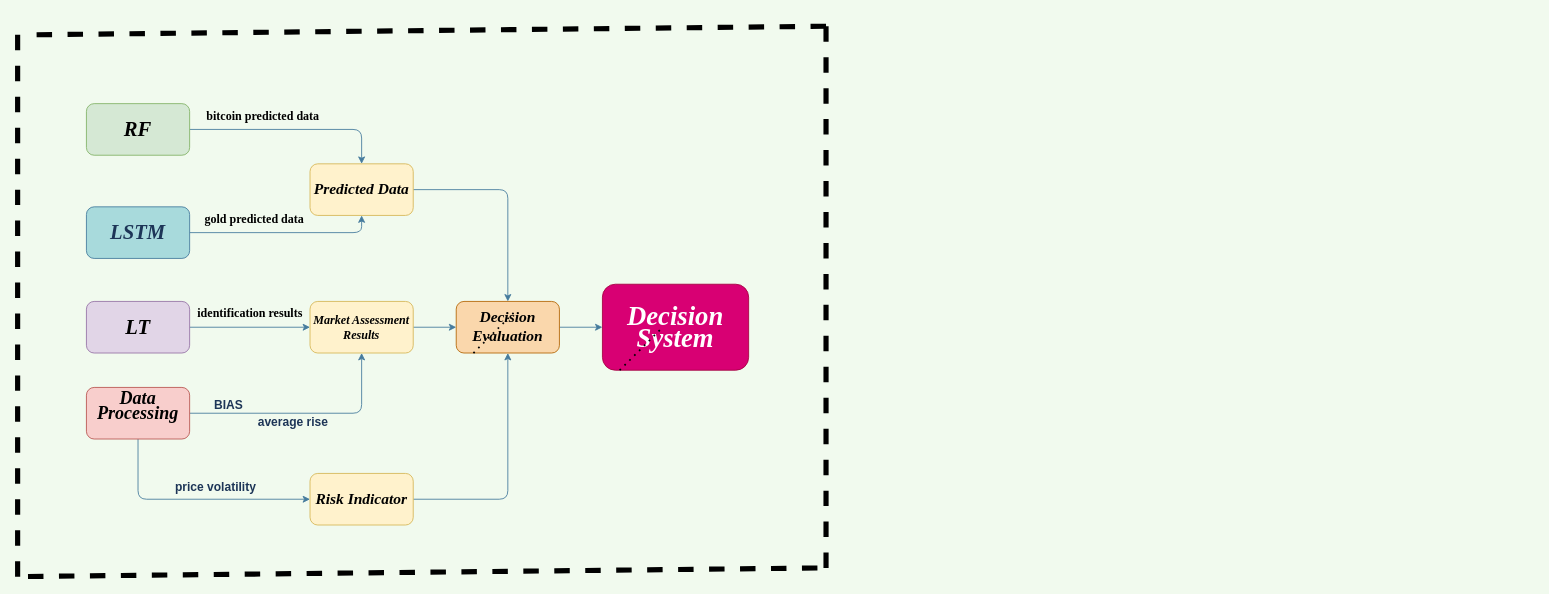
This is math.drawio from Silver-2333/myfile, a draw.io file, before an edit. Source tidied: cells renumbered, new cells numbered last; positions are measured from the earlier drawing's top-left corner, leaving out a move shared by most shapes. Both pictures are drawn from the tidied source at 86%, with x=0, y=0 at pixel (17, 17).
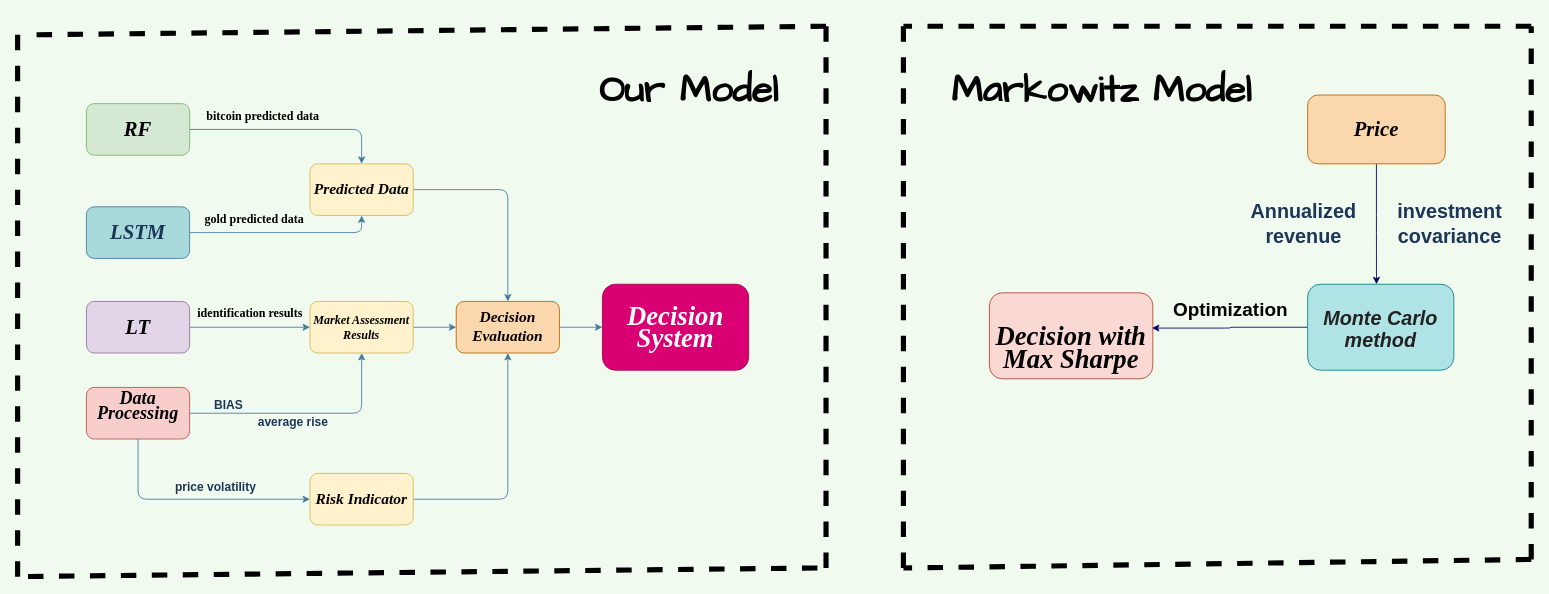
The same page after the edit.

Diff of the diagram source:
```diff
@@
-    <mxCell id="26" style="endArrow=none;dashed=1;html=1;dashPattern=1 3;strokeWidth=2;rounded=1;sketch=0;fontSize=14;fontColor=#1D3557;fillColor=#A8DADC;curved=0;" parent="1" edge="1">
-      <mxGeometry relative="1" as="geometry">
-        <mxPoint x="530" y="390" as="sourcePoint" />
-        <mxPoint x="580" y="340" as="targetPoint" />
-      </mxGeometry>
-    </mxCell>
-    <mxCell id="27" style="endArrow=none;dashed=1;html=1;dashPattern=1 3;strokeWidth=2;rounded=1;sketch=0;fontSize=14;fontColor=#1D3557;fillColor=#A8DADC;curved=0;" parent="1" edge="1">
-      <mxGeometry relative="1" as="geometry">
-        <mxPoint x="700" y="410" as="sourcePoint" />
-        <mxPoint x="750" y="360" as="targetPoint" />
-      </mxGeometry>
-    </mxCell>
@@
+    <mxCell id="32" style="edgeStyle=orthogonalEdgeStyle;curved=0;rounded=1;sketch=0;jettySize=auto;html=1;fontSize=23;fontColor=#1D3557;strokeColor=#000066;strokeWidth=1;fillColor=#A8DADC;entryX=0.471;entryY=0;entryDx=0;entryDy=0;entryPerimeter=0;" parent="1" edge="1" source="33" target="35">
+      <mxGeometry relative="1" as="geometry" />
+    </mxCell>
+    <mxCell id="33" value="&lt;h1&gt;&lt;font face=&quot;Times New Roman&quot;&gt;&lt;i&gt;Price&lt;/i&gt;&lt;/font&gt;&lt;/h1&gt;" style="rounded=1;whiteSpace=wrap;html=1;fillColor=#fad7ac;strokeColor=#b46504;" parent="1" vertex="1">
+      <mxGeometry x="1500" y="90" width="160" height="80" as="geometry" />
+    </mxCell>
+    <mxCell id="34" style="edgeStyle=orthogonalEdgeStyle;curved=0;rounded=1;sketch=0;jettySize=auto;html=1;fontSize=22;fontColor=none;strokeColor=#000066;strokeWidth=1;fillColor=#A8DADC;entryX=0.995;entryY=0.41;entryDx=0;entryDy=0;entryPerimeter=0;" parent="1" edge="1" source="35" target="43">
+      <mxGeometry relative="1" as="geometry" />
+    </mxCell>
+    <mxCell id="35" value="&lt;h2 style=&quot;line-height: 0.8&quot;&gt;&lt;span style=&quot;color: rgb(34 , 34 , 34)&quot;&gt;&lt;font style=&quot;font-size: 23px&quot;&gt;&lt;i&gt;Monte Carlo method&lt;/i&gt;&lt;/font&gt;&lt;/span&gt;&lt;br&gt;&lt;/h2&gt;" style="rounded=1;whiteSpace=wrap;html=1;fillColor=#b0e3e6;strokeColor=#0e8088;fontSize=21;" parent="1" vertex="1">
+      <mxGeometry x="1500" y="310" width="170" height="100" as="geometry" />
+    </mxCell>
+    <mxCell id="36" style="endArrow=none;dashed=1;html=1;rounded=1;sketch=0;fontSize=14;fontColor=#1D3557;strokeColor=#000000;fillColor=#A8DADC;curved=0;strokeWidth=6;" parent="1" edge="1">
+      <mxGeometry relative="1" as="geometry">
+        <mxPoint x="1030" y="640" as="sourcePoint" />
+        <mxPoint x="1030" y="10" as="targetPoint" />
+      </mxGeometry>
+    </mxCell>
+    <mxCell id="37" style="endArrow=none;dashed=1;html=1;rounded=1;sketch=0;fontSize=14;fontColor=#1D3557;strokeColor=#000000;fillColor=#A8DADC;curved=0;strokeWidth=6;" parent="1" edge="1">
+      <mxGeometry relative="1" as="geometry">
+        <mxPoint x="1760" y="630" as="sourcePoint" />
+        <mxPoint x="1760" y="10" as="targetPoint" />
+      </mxGeometry>
+    </mxCell>
+    <mxCell id="38" style="endArrow=none;dashed=1;html=1;rounded=1;sketch=0;fontSize=14;fontColor=#1D3557;strokeColor=#000000;fillColor=#A8DADC;curved=0;strokeWidth=6;" parent="1" edge="1">
+      <mxGeometry relative="1" as="geometry">
+        <mxPoint x="1760" y="10" as="sourcePoint" />
+        <mxPoint x="1030" y="10" as="targetPoint" />
+      </mxGeometry>
+    </mxCell>
+    <mxCell id="39" style="endArrow=none;dashed=1;html=1;rounded=1;sketch=0;fontSize=14;fontColor=#1D3557;strokeColor=#000000;fillColor=#A8DADC;curved=0;strokeWidth=6;" parent="1" edge="1">
+      <mxGeometry relative="1" as="geometry">
+        <mxPoint x="1760" y="630" as="sourcePoint" />
+        <mxPoint x="1030" y="640" as="targetPoint" />
+      </mxGeometry>
+    </mxCell>
+    <mxCell id="40" value="&lt;b&gt;investment&lt;br&gt;covariance&lt;/b&gt;" style="text;html=1;align=center;verticalAlign=middle;strokeColor=none;fillColor=none;fontSize=23;fontColor=#1D3557;" parent="1" vertex="1">
+      <mxGeometry x="1595" y="210" width="140" height="60" as="geometry" />
+    </mxCell>
+    <mxCell id="41" value="&lt;h2 id=&quot;hide-editing-34732344&quot; style=&quot;box-sizing: border-box ; line-height: 1.5 ; margin: 0px ; padding: 0px ; color: rgb(44 , 45 , 48) ; font-family: &amp;#34;helvetica neue&amp;#34; , &amp;#34;helvetica&amp;#34; , &amp;#34;arial&amp;#34; , &amp;#34;meiryo&amp;#34; , &amp;#34;yu gothic medium&amp;#34; , sans-serif ; font-weight: normal&quot;&gt;&lt;br&gt;&lt;/h2&gt;" style="text;html=1;align=center;verticalAlign=middle;strokeColor=none;fillColor=none;fontSize=23;fontColor=#1D3557;" parent="1" vertex="1">
+      <mxGeometry x="1440" y="180" width="20" height="60" as="geometry" />
+    </mxCell>
+    <mxCell id="42" value="&lt;b&gt;Annualized&lt;br&gt;revenue&lt;/b&gt;" style="text;html=1;align=center;verticalAlign=middle;strokeColor=none;fillColor=none;fontSize=23;fontColor=#1D3557;" parent="1" vertex="1">
+      <mxGeometry x="1425" y="210" width="140" height="60" as="geometry" />
+    </mxCell>
+    <mxCell id="43" value="&lt;br&gt;&lt;br&gt;&lt;h2 style=&quot;font-family: &amp;#34;helvetica&amp;#34; ; font-style: normal ; letter-spacing: normal ; text-align: center ; text-indent: 0px ; text-transform: none ; word-spacing: 0px ; line-height: 0.8&quot;&gt;&lt;font face=&quot;Times New Roman&quot; size=&quot;1&quot;&gt;&lt;i style=&quot;font-size: 31px&quot;&gt;Decision with Max Sharpe&lt;/i&gt;&lt;/font&gt;&lt;/h2&gt;&lt;br&gt;" style="rounded=1;whiteSpace=wrap;html=1;labelBackgroundColor=none;sketch=0;fontSize=22;strokeColor=#ae4132;fillColor=#fad9d5;" parent="1" vertex="1">
+      <mxGeometry x="1130" y="320" width="190" height="100" as="geometry" />
+    </mxCell>
+    <mxCell id="44" value="&lt;b&gt;Optimization&lt;/b&gt;" style="text;html=1;align=center;verticalAlign=middle;strokeColor=none;fillColor=none;fontSize=22;fontColor=none;" parent="1" vertex="1">
+      <mxGeometry x="1335" y="325" width="150" height="30" as="geometry" />
+    </mxCell>
+    <mxCell id="45" value="&lt;h1&gt;&lt;font face=&quot;Comic Sans MS&quot;&gt;Our Model&lt;/font&gt;&lt;/h1&gt;" style="text;html=1;align=center;verticalAlign=middle;strokeColor=none;fillColor=none;fontSize=22;fontColor=#000000;" parent="1" vertex="1">
+      <mxGeometry x="660" y="40" width="240" height="90" as="geometry" />
+    </mxCell>
+    <mxCell id="46" value="&lt;h1&gt;&lt;font face=&quot;Comic Sans MS&quot;&gt;Markowitz&amp;nbsp;Model&lt;/font&gt;&lt;/h1&gt;" style="text;html=1;align=center;verticalAlign=middle;strokeColor=none;fillColor=none;fontSize=22;fontColor=#000000;" parent="1" vertex="1">
+      <mxGeometry x="1070" y="40" width="380" height="90" as="geometry" />
+    </mxCell>
```
